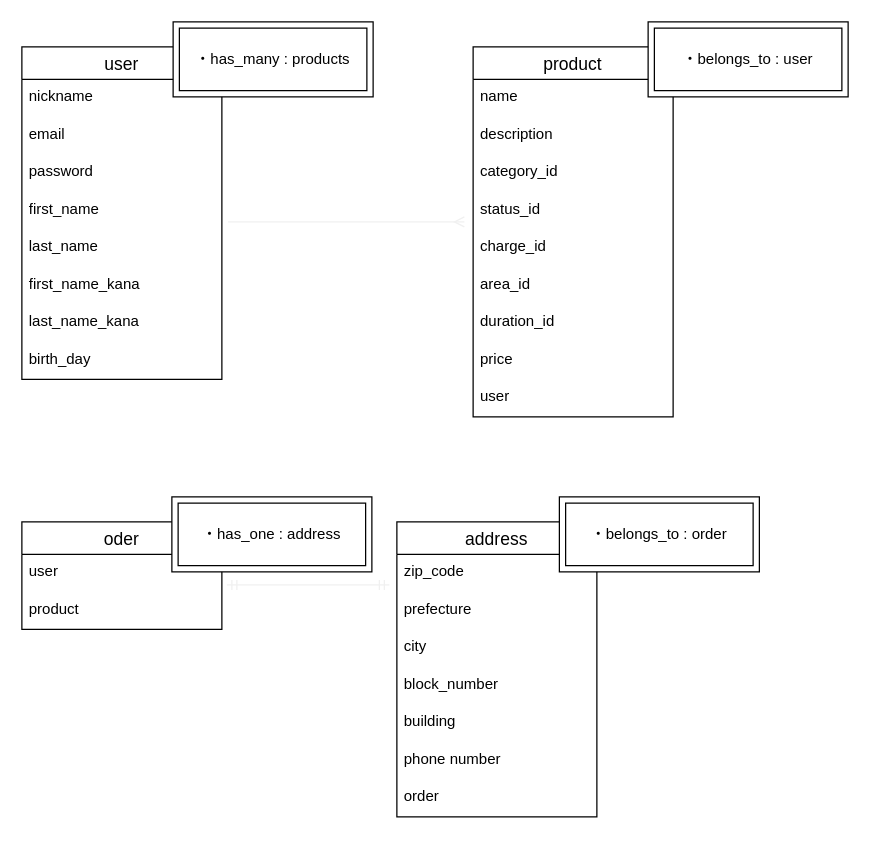
This is config/er.dio from yutagotoinc/furima-31906, a draw.io file, before an edit. Source tidied: cells renumbered, new cells numbered last; positions are measured from the earlier drawing's top-left corner, leaving out a move shared by most shapes. Both pictures are drawn from the tidied source at 125%, with x=0, y=0 at pixel (21, 21).
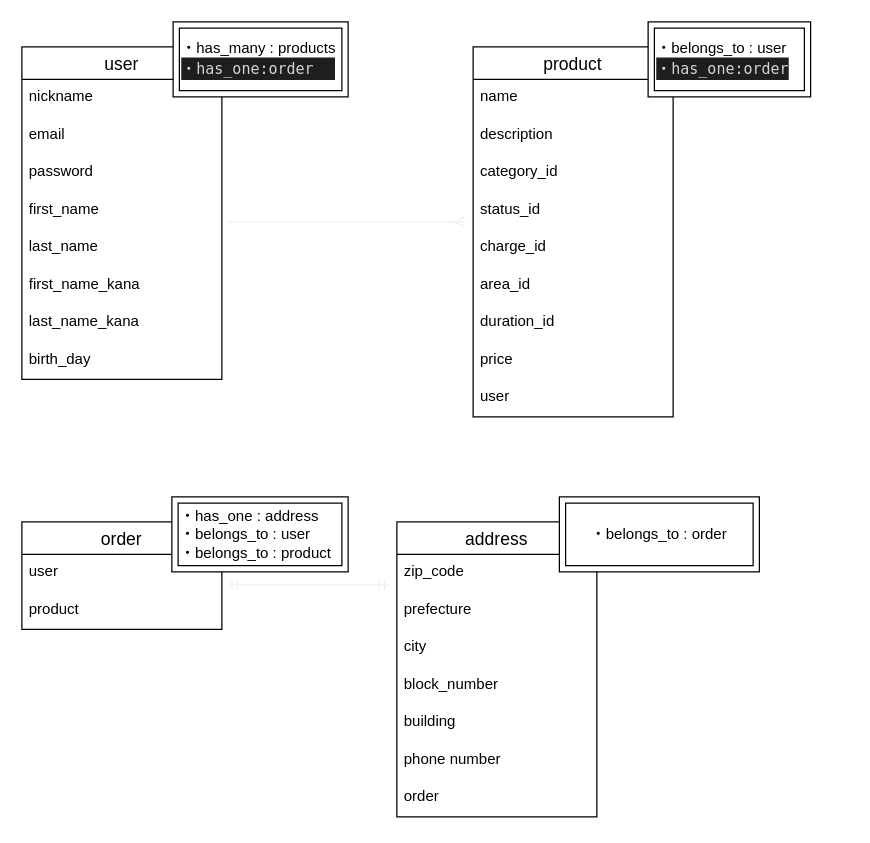
The same diagram, later.

Commit message (it also covers changes not shown here):
データベース修正

・データベース修正
・ER図修正

Change to the diagram source:
```diff
@@
-    <mxCell id="30" value="oder" style="swimlane;fontStyle=0;horizontal=1;startSize=26;align=center;fontSize=14;" parent="1" vertex="1">
+    <mxCell id="30" value="order" style="swimlane;fontStyle=0;horizontal=1;startSize=26;align=center;fontSize=14;" parent="1" vertex="1">
       <mxGeometry y="400" width="160" height="86" as="geometry" />
     </mxCell>
@@
-    <mxCell id="33" value="・has_many : products" style="shape=ext;margin=3;double=1;whiteSpace=wrap;html=1;align=center;" parent="1" vertex="1">
-      <mxGeometry x="121" width="160" height="60" as="geometry" />
+    <mxCell id="33" value="・has_many : products&lt;br&gt;&lt;div style=&quot;color: rgb(212 , 212 , 212) ; background-color: rgb(30 , 30 , 30) ; font-family: &amp;#34;menlo&amp;#34; , &amp;#34;monaco&amp;#34; , &amp;#34;courier new&amp;#34; , monospace ; line-height: 18px&quot;&gt;・has_one:order&lt;/div&gt;" style="shape=ext;margin=3;double=1;whiteSpace=wrap;html=1;align=left;" parent="1" vertex="1">
+      <mxGeometry x="121" width="140" height="60" as="geometry" />
     </mxCell>
-    <mxCell id="34" value="・belongs_to : user" style="shape=ext;margin=3;double=1;whiteSpace=wrap;html=1;align=center;" parent="1" vertex="1">
-      <mxGeometry x="501" width="160" height="60" as="geometry" />
+    <mxCell id="34" value="・belongs_to : user&lt;br&gt;&lt;div style=&quot;color: rgb(212 , 212 , 212) ; background-color: rgb(30 , 30 , 30) ; font-family: &amp;#34;menlo&amp;#34; , &amp;#34;monaco&amp;#34; , &amp;#34;courier new&amp;#34; , monospace ; line-height: 18px&quot;&gt;・has_one:order&lt;/div&gt;" style="shape=ext;margin=3;double=1;whiteSpace=wrap;html=1;align=left;" parent="1" vertex="1">
+      <mxGeometry x="501" width="130" height="60" as="geometry" />
     </mxCell>
@@
-    <mxCell id="37" value="・has_one : address" style="shape=ext;margin=3;double=1;whiteSpace=wrap;html=1;align=center;" parent="1" vertex="1">
-      <mxGeometry x="120" y="380" width="160" height="60" as="geometry" />
+    <mxCell id="37" value="・has_one : address&lt;br&gt;・belongs_to : user&lt;br&gt;・belongs_to : product" style="shape=ext;margin=3;double=1;whiteSpace=wrap;html=1;align=left;" parent="1" vertex="1">
+      <mxGeometry x="120" y="380" width="141" height="60" as="geometry" />
     </mxCell>
```
